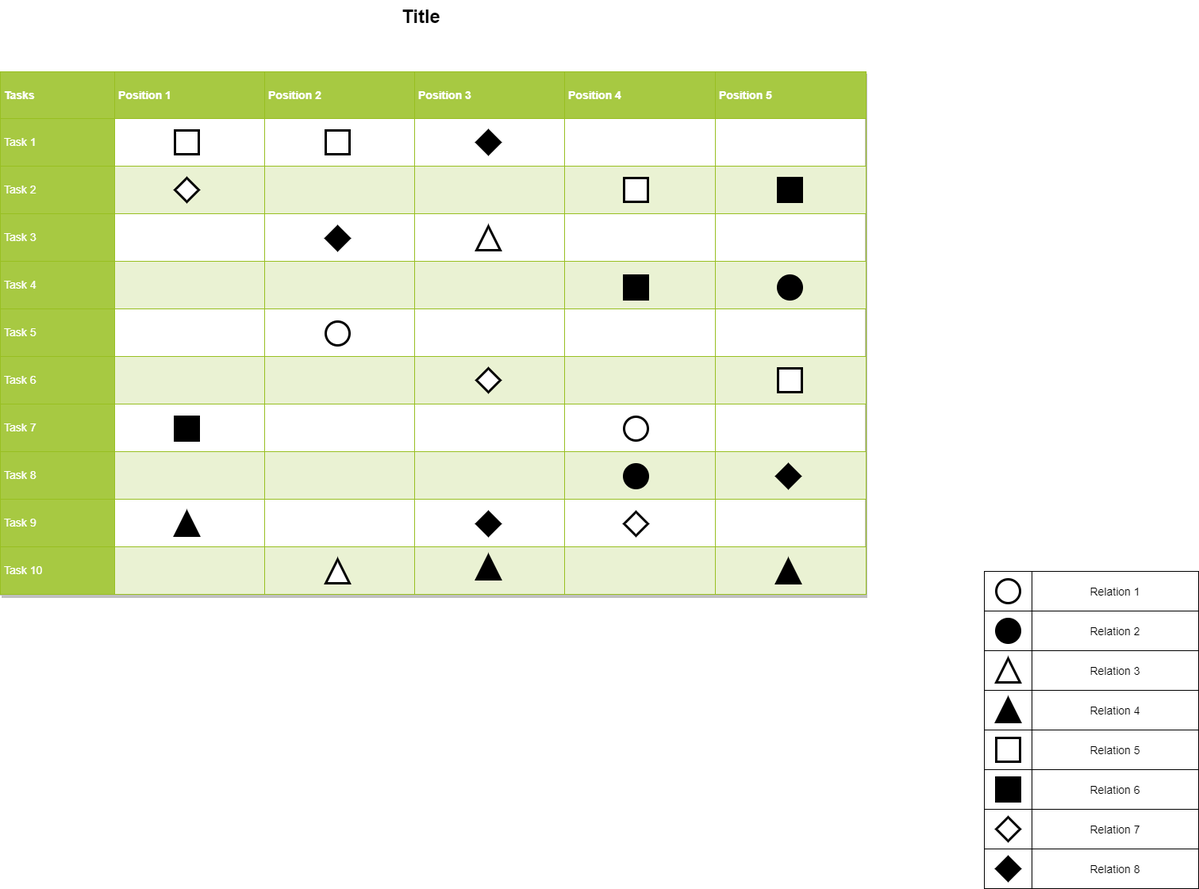
Above: test.png in Bernadette321/Hello-world (draw.io), before the change. Source tidied: cells renumbered, new cells last; positions are measured from the earlier drawing's top-left corner, leaving out a move shared by most shapes. Source of this version:
```xml
<mxGraphModel background="#ffffff">
  <root>
    <mxCell id="0" style="html=1;" />
    <mxCell id="1" style="html=1;" parent="0" />
    <mxCell id="2" style="whiteSpace=wrap;html=1;rounded=0;shadow=0;strokeWidth=1;fontSize=14;" parent="1" vertex="1">
      <mxGeometry x="1240" y="1070" width="60" height="50" as="geometry" />
    </mxCell>
    <mxCell id="3" value="Relation 8" style="whiteSpace=wrap;html=1;rounded=0;shadow=0;strokeWidth=1;fontSize=14;" parent="1" vertex="1">
      <mxGeometry x="1300" y="1070" width="210" height="50" as="geometry" />
    </mxCell>
    <mxCell id="4" style="rhombus;whiteSpace=wrap;html=1;rounded=0;shadow=0;strokeWidth=3;fillColor=#000000;fontSize=14;" parent="1" vertex="1">
      <mxGeometry x="1255" y="1080" width="30" height="30" as="geometry" />
    </mxCell>
    <mxCell id="5" style="whiteSpace=wrap;html=1;rounded=0;shadow=0;strokeWidth=1;fontSize=14;" parent="1" vertex="1">
      <mxGeometry x="1240" y="1020" width="60" height="50" as="geometry" />
    </mxCell>
    <mxCell id="6" value="Relation 7" style="whiteSpace=wrap;html=1;rounded=0;shadow=0;strokeWidth=1;fontSize=14;" parent="1" vertex="1">
      <mxGeometry x="1300" y="1020" width="210" height="50" as="geometry" />
    </mxCell>
    <mxCell id="7" style="whiteSpace=wrap;html=1;rounded=0;shadow=0;strokeWidth=1;fontSize=14;" parent="1" vertex="1">
      <mxGeometry x="1240" y="970" width="60" height="50" as="geometry" />
    </mxCell>
    <mxCell id="8" value="Relation 6" style="whiteSpace=wrap;html=1;rounded=0;shadow=0;strokeWidth=1;fontSize=14;" parent="1" vertex="1">
      <mxGeometry x="1300" y="970" width="210" height="50" as="geometry" />
    </mxCell>
    <mxCell id="9" style="whiteSpace=wrap;html=1;rounded=0;shadow=0;strokeWidth=1;fontSize=14;" parent="1" vertex="1">
      <mxGeometry x="1240" y="920" width="60" height="50" as="geometry" />
    </mxCell>
    <mxCell id="10" value="Relation 5" style="whiteSpace=wrap;html=1;rounded=0;shadow=0;strokeWidth=1;fontSize=14;" parent="1" vertex="1">
      <mxGeometry x="1300" y="920" width="210" height="50" as="geometry" />
    </mxCell>
    <mxCell id="11" style="whiteSpace=wrap;html=1;rounded=0;shadow=0;strokeWidth=1;fontSize=14;" parent="1" vertex="1">
      <mxGeometry x="1240" y="870" width="60" height="50" as="geometry" />
    </mxCell>
    <mxCell id="12" value="Relation 4" style="whiteSpace=wrap;html=1;rounded=0;shadow=0;strokeWidth=1;fontSize=14;" parent="1" vertex="1">
      <mxGeometry x="1300" y="870" width="210" height="50" as="geometry" />
    </mxCell>
    <mxCell id="13" style="whiteSpace=wrap;html=1;rounded=0;shadow=0;strokeWidth=1;fontSize=14;" parent="1" vertex="1">
      <mxGeometry x="1240" y="820" width="60" height="50" as="geometry" />
    </mxCell>
    <mxCell id="14" value="Relation 3" style="whiteSpace=wrap;html=1;rounded=0;shadow=0;strokeWidth=1;fontSize=14;" parent="1" vertex="1">
      <mxGeometry x="1300" y="820" width="210" height="50" as="geometry" />
    </mxCell>
    <mxCell id="15" style="whiteSpace=wrap;html=1;rounded=0;shadow=0;strokeWidth=1;fontSize=14;" parent="1" vertex="1">
      <mxGeometry x="1240" y="770" width="60" height="50" as="geometry" />
    </mxCell>
    <mxCell id="16" value="Relation 2" style="whiteSpace=wrap;html=1;rounded=0;shadow=0;strokeWidth=1;fontSize=14;" parent="1" vertex="1">
      <mxGeometry x="1300" y="770" width="210" height="50" as="geometry" />
    </mxCell>
    <mxCell id="17" style="whiteSpace=wrap;html=1;rounded=0;shadow=0;strokeWidth=1;fontSize=14;" parent="1" vertex="1">
      <mxGeometry x="1240" y="720" width="60" height="50" as="geometry" />
    </mxCell>
    <mxCell id="18" value="Relation 1" style="whiteSpace=wrap;html=1;rounded=0;shadow=0;strokeWidth=1;fontSize=14;" parent="1" vertex="1">
      <mxGeometry x="1300" y="720" width="210" height="50" as="geometry" />
    </mxCell>
    <mxCell id="19" value="&lt;table border=&quot;1&quot; width=&quot;100%&quot; cellpadding=&quot;4&quot; style=&quot;width: 100% ; height: 100% ; border-collapse: collapse&quot;&gt;&lt;tbody&gt;&lt;tr style=&quot;background-color: #a7c942 ; color: #ffffff ; border: 1px solid #98bf21&quot;&gt;&lt;th&gt;Tasks&lt;/th&gt;&lt;th&gt;Position 1&lt;/th&gt;&lt;th&gt;Position 2&lt;/th&gt;&lt;th&gt;Position 3&lt;/th&gt;&lt;th&gt;Position 4&lt;/th&gt;&lt;th&gt;Position 5&lt;/th&gt;&lt;/tr&gt;&lt;tr style=&quot;border: 1px solid #98bf21&quot;&gt;&lt;td style=&quot;background-color: #a7c942 ; color: #ffffff ; border: 1px solid #98bf21&quot;&gt;Task 1&lt;/td&gt;&lt;td&gt;&lt;/td&gt;&lt;td&gt;&lt;/td&gt;&lt;td&gt;&lt;br&gt;&lt;/td&gt;&lt;td&gt;&lt;br&gt;&lt;/td&gt;&lt;td&gt;&lt;br&gt;&lt;/td&gt;&lt;/tr&gt;&lt;tr style=&quot;background-color: #eaf2d3 ; border: 1px solid #98bf21&quot;&gt;&lt;td style=&quot;background-color: #a7c942 ; color: #ffffff ; border: 1px solid #98bf21&quot;&gt;Task 2&lt;/td&gt;&lt;td&gt;&lt;/td&gt;&lt;td&gt;&lt;/td&gt;&lt;td&gt;&lt;br&gt;&lt;/td&gt;&lt;td&gt;&lt;br&gt;&lt;/td&gt;&lt;td&gt;&lt;br&gt;&lt;/td&gt;&lt;/tr&gt;&lt;tr style=&quot;border: 1px solid #98bf21&quot;&gt;&lt;td style=&quot;background-color: #a7c942 ; color: #ffffff ; border: 1px solid #98bf21&quot;&gt;Task 3&lt;/td&gt;&lt;td&gt;&lt;/td&gt;&lt;td&gt;&lt;/td&gt;&lt;td&gt;&lt;br&gt;&lt;/td&gt;&lt;td&gt;&lt;br&gt;&lt;/td&gt;&lt;td&gt;&lt;br&gt;&lt;/td&gt;&lt;/tr&gt;&lt;tr style=&quot;background-color: #eaf2d3 ; border: 1px solid #98bf21&quot;&gt;&lt;td style=&quot;background-color: #a7c942 ; color: #ffffff ; border: 1px solid #98bf21&quot;&gt;Task 4&lt;/td&gt;&lt;td&gt;&lt;/td&gt;&lt;td&gt;&lt;/td&gt;&lt;td&gt;&lt;br&gt;&lt;/td&gt;&lt;td&gt;&lt;br&gt;&lt;/td&gt;&lt;td&gt;&lt;br&gt;&lt;/td&gt;&lt;/tr&gt;&lt;tr style=&quot;border: 1px solid #98bf21&quot;&gt;&lt;td style=&quot;background-color: #a7c942 ; color: #ffffff ; border: 1px solid #98bf21&quot;&gt;Task 5&lt;br&gt;&lt;/td&gt;&lt;td&gt;&lt;br&gt;&lt;/td&gt;&lt;td&gt;&lt;br&gt;&lt;/td&gt;&lt;td&gt;&lt;br&gt;&lt;/td&gt;&lt;td&gt;&lt;br&gt;&lt;/td&gt;&lt;td&gt;&lt;br&gt;&lt;/td&gt;&lt;/tr&gt;&lt;tr style=&quot;background-color: #eaf2d3 ; border: 1px solid #98bf21&quot;&gt;&lt;td style=&quot;background-color: #a7c942 ; color: #ffffff ; border: 1px solid #98bf21&quot;&gt;Task 6&lt;br&gt;&lt;/td&gt;&lt;td&gt;&lt;br&gt;&lt;/td&gt;&lt;td&gt;&lt;br&gt;&lt;/td&gt;&lt;td&gt;&lt;br&gt;&lt;/td&gt;&lt;td&gt;&lt;br&gt;&lt;/td&gt;&lt;td&gt;&lt;br&gt;&lt;/td&gt;&lt;/tr&gt;&lt;tr style=&quot;border: 1px solid #98bf21&quot;&gt;&lt;td style=&quot;background-color: #a7c942 ; color: #ffffff ; border: 1px solid #98bf21&quot;&gt;Task 7&lt;br&gt;&lt;/td&gt;&lt;td&gt;&lt;br&gt;&lt;/td&gt;&lt;td&gt;&lt;br&gt;&lt;/td&gt;&lt;td&gt;&lt;br&gt;&lt;/td&gt;&lt;td&gt;&lt;br&gt;&lt;/td&gt;&lt;td&gt;&lt;br&gt;&lt;/td&gt;&lt;/tr&gt;&lt;tr style=&quot;background-color: #eaf2d3 ; border: 1px solid #98bf21&quot;&gt;&lt;td style=&quot;background-color: #a7c942 ; color: #ffffff ; border: 1px solid #98bf21&quot;&gt;Task 8&lt;br&gt;&lt;/td&gt;&lt;td&gt;&lt;br&gt;&lt;/td&gt;&lt;td&gt;&lt;br&gt;&lt;/td&gt;&lt;td&gt;&lt;br&gt;&lt;/td&gt;&lt;td&gt;&lt;br&gt;&lt;/td&gt;&lt;td&gt;&lt;br&gt;&lt;/td&gt;&lt;/tr&gt;&lt;tr style=&quot;border: 1px solid #98bf21&quot;&gt;&lt;td style=&quot;background-color: #a7c942 ; color: #ffffff ; border: 1px solid #98bf21&quot;&gt;Task 9&lt;br&gt;&lt;/td&gt;&lt;td&gt;&lt;br&gt;&lt;/td&gt;&lt;td&gt;&lt;br&gt;&lt;/td&gt;&lt;td&gt;&lt;br&gt;&lt;/td&gt;&lt;td&gt;&lt;br&gt;&lt;/td&gt;&lt;td&gt;&lt;br&gt;&lt;/td&gt;&lt;/tr&gt;&lt;tr style=&quot;background-color: #eaf2d3 ; border: 1px solid #98bf21&quot;&gt;&lt;td style=&quot;background-color: #a7c942 ; color: #ffffff ; border: 1px solid #98bf21&quot;&gt;Task 10&lt;br&gt;&lt;/td&gt;&lt;td&gt;&lt;br&gt;&lt;/td&gt;&lt;td&gt;&lt;br&gt;&lt;/td&gt;&lt;td&gt;&lt;br&gt;&lt;/td&gt;&lt;td&gt;&lt;br&gt;&lt;/td&gt;&lt;td&gt;&lt;br&gt;&lt;/td&gt;&lt;/tr&gt;&lt;/tbody&gt;&lt;/table&gt;" style="text;html=1;strokeColor=#c0c0c0;fillColor=#ffffff;overflow=fill;rounded=0;shadow=1;fontSize=14;fontColor=#000000;" parent="1" vertex="1">
      <mxGeometry y="90" width="1090" height="660" as="geometry" />
    </mxCell>
    <mxCell id="20" value="Title" style="text;strokeColor=none;fillColor=none;html=1;fontSize=24;fontStyle=1;verticalAlign=middle;align=center;rounded=0;shadow=1;" parent="1" vertex="1">
      <mxGeometry x="140" width="780" height="40" as="geometry" />
    </mxCell>
    <mxCell id="21" style="ellipse;whiteSpace=wrap;html=1;rounded=0;shadow=0;strokeWidth=3;fontSize=14;" parent="1" vertex="1">
      <mxGeometry x="1255" y="730" width="30" height="30" as="geometry" />
    </mxCell>
    <mxCell id="22" style="ellipse;whiteSpace=wrap;html=1;rounded=0;shadow=0;strokeWidth=3;fontSize=14;fillColor=#000000;" parent="1" vertex="1">
      <mxGeometry x="1255" y="780" width="30" height="30" as="geometry" />
    </mxCell>
    <mxCell id="23" style="triangle;whiteSpace=wrap;html=1;rounded=0;shadow=0;strokeWidth=3;fillColor=#000000;fontSize=14;direction=north;" parent="1" vertex="1">
      <mxGeometry x="1255" y="880" width="30" height="30" as="geometry" />
    </mxCell>
    <mxCell id="24" style="triangle;whiteSpace=wrap;html=1;rounded=0;shadow=0;strokeWidth=3;fontSize=14;direction=north;" parent="1" vertex="1">
      <mxGeometry x="1255" y="830" width="30" height="30" as="geometry" />
    </mxCell>
    <mxCell id="25" style="whiteSpace=wrap;html=1;rounded=0;shadow=0;strokeWidth=3;fontSize=14;" parent="1" vertex="1">
      <mxGeometry x="1255" y="930" width="30" height="30" as="geometry" />
    </mxCell>
    <mxCell id="26" style="whiteSpace=wrap;html=1;rounded=0;shadow=0;strokeWidth=3;fillColor=#000000;fontSize=14;" parent="1" vertex="1">
      <mxGeometry x="1255" y="980" width="30" height="30" as="geometry" />
    </mxCell>
    <mxCell id="27" style="rhombus;whiteSpace=wrap;html=1;rounded=0;shadow=0;strokeWidth=3;fontSize=14;" parent="1" vertex="1">
      <mxGeometry x="1255" y="1030" width="30" height="30" as="geometry" />
    </mxCell>
    <mxCell id="28" style="ellipse;whiteSpace=wrap;html=1;rounded=0;shadow=0;strokeWidth=3;fontSize=14;" parent="1" vertex="1">
      <mxGeometry x="786" y="525" width="30" height="30" as="geometry" />
    </mxCell>
    <mxCell id="29" style="ellipse;whiteSpace=wrap;html=1;rounded=0;shadow=0;strokeWidth=3;fontSize=14;" parent="1" vertex="1">
      <mxGeometry x="410" y="405" width="30" height="30" as="geometry" />
    </mxCell>
    <mxCell id="30" style="ellipse;whiteSpace=wrap;html=1;rounded=0;shadow=0;strokeWidth=3;fontSize=14;fillColor=#000000;" parent="1" vertex="1">
      <mxGeometry x="980" y="347" width="30" height="30" as="geometry" />
    </mxCell>
    <mxCell id="31" style="ellipse;whiteSpace=wrap;html=1;rounded=0;shadow=0;strokeWidth=3;fontSize=14;fillColor=#000000;" parent="1" vertex="1">
      <mxGeometry x="786" y="585" width="30" height="30" as="geometry" />
    </mxCell>
    <mxCell id="32" style="triangle;whiteSpace=wrap;html=1;rounded=0;shadow=0;strokeWidth=3;fontSize=14;direction=north;" parent="1" vertex="1">
      <mxGeometry x="410" y="705" width="30" height="30" as="geometry" />
    </mxCell>
    <mxCell id="33" style="triangle;whiteSpace=wrap;html=1;rounded=0;shadow=0;strokeWidth=3;fontSize=14;direction=north;" parent="1" vertex="1">
      <mxGeometry x="600" y="285" width="30" height="30" as="geometry" />
    </mxCell>
    <mxCell id="34" style="triangle;whiteSpace=wrap;html=1;rounded=0;shadow=0;strokeWidth=3;fillColor=#000000;fontSize=14;direction=north;" parent="1" vertex="1">
      <mxGeometry x="978" y="705" width="30" height="30" as="geometry" />
    </mxCell>
    <mxCell id="35" style="triangle;whiteSpace=wrap;html=1;rounded=0;shadow=0;strokeWidth=3;fillColor=#000000;fontSize=14;direction=north;" parent="1" vertex="1">
      <mxGeometry x="600" y="700" width="30" height="30" as="geometry" />
    </mxCell>
    <mxCell id="36" style="triangle;whiteSpace=wrap;html=1;rounded=0;shadow=0;strokeWidth=3;fillColor=#000000;fontSize=14;direction=north;" parent="1" vertex="1">
      <mxGeometry x="220" y="645" width="30" height="30" as="geometry" />
    </mxCell>
    <mxCell id="37" style="whiteSpace=wrap;html=1;rounded=0;shadow=0;strokeWidth=3;fontSize=14;" parent="1" vertex="1">
      <mxGeometry x="220" y="164" width="30" height="30" as="geometry" />
    </mxCell>
    <mxCell id="38" style="whiteSpace=wrap;html=1;rounded=0;shadow=0;strokeWidth=3;fontSize=14;" parent="1" vertex="1">
      <mxGeometry x="410" y="164" width="30" height="30" as="geometry" />
    </mxCell>
    <mxCell id="39" style="whiteSpace=wrap;html=1;rounded=0;shadow=0;strokeWidth=3;fontSize=14;" parent="1" vertex="1">
      <mxGeometry x="786" y="224" width="30" height="30" as="geometry" />
    </mxCell>
    <mxCell id="40" style="whiteSpace=wrap;html=1;rounded=0;shadow=0;strokeWidth=3;fillColor=#ffffff;fontSize=14;" parent="1" vertex="1">
      <mxGeometry x="980" y="464" width="30" height="30" as="geometry" />
    </mxCell>
    <mxCell id="41" style="whiteSpace=wrap;html=1;rounded=0;shadow=0;strokeWidth=3;fillColor=#000000;fontSize=14;" parent="1" vertex="1">
      <mxGeometry x="220" y="525" width="30" height="30" as="geometry" />
    </mxCell>
    <mxCell id="42" style="whiteSpace=wrap;html=1;rounded=0;shadow=0;strokeWidth=3;fillColor=#000000;fontSize=14;" parent="1" vertex="1">
      <mxGeometry x="786" y="347" width="30" height="30" as="geometry" />
    </mxCell>
    <mxCell id="43" style="whiteSpace=wrap;html=1;rounded=0;shadow=0;strokeWidth=3;fillColor=#000000;fontSize=14;" parent="1" vertex="1">
      <mxGeometry x="980" y="224" width="30" height="30" as="geometry" />
    </mxCell>
    <mxCell id="44" style="rhombus;whiteSpace=wrap;html=1;rounded=0;shadow=0;strokeWidth=3;fontSize=14;" parent="1" vertex="1">
      <mxGeometry x="600" y="464" width="30" height="30" as="geometry" />
    </mxCell>
    <mxCell id="45" style="rhombus;whiteSpace=wrap;html=1;rounded=0;shadow=0;strokeWidth=3;fontSize=14;" parent="1" vertex="1">
      <mxGeometry x="220" y="224" width="30" height="30" as="geometry" />
    </mxCell>
    <mxCell id="46" style="rhombus;whiteSpace=wrap;html=1;rounded=0;shadow=0;strokeWidth=3;fontSize=14;" parent="1" vertex="1">
      <mxGeometry x="786" y="645" width="30" height="30" as="geometry" />
    </mxCell>
    <mxCell id="47" style="rhombus;whiteSpace=wrap;html=1;rounded=0;shadow=0;strokeWidth=3;fillColor=#000000;fontSize=14;" parent="1" vertex="1">
      <mxGeometry x="978" y="585" width="30" height="30" as="geometry" />
    </mxCell>
    <mxCell id="48" style="rhombus;whiteSpace=wrap;html=1;rounded=0;shadow=0;strokeWidth=3;fillColor=#000000;fontSize=14;" parent="1" vertex="1">
      <mxGeometry x="410" y="285" width="30" height="30" as="geometry" />
    </mxCell>
    <mxCell id="49" style="rhombus;whiteSpace=wrap;html=1;rounded=0;shadow=0;strokeWidth=3;fillColor=#000000;fontSize=14;" parent="1" vertex="1">
      <mxGeometry x="600" y="164" width="30" height="30" as="geometry" />
    </mxCell>
    <mxCell id="50" style="rhombus;whiteSpace=wrap;html=1;rounded=0;shadow=0;strokeWidth=3;fillColor=#000000;fontSize=14;" parent="1" vertex="1">
      <mxGeometry x="600" y="645" width="30" height="30" as="geometry" />
    </mxCell>
  </root>
</mxGraphModel>
```
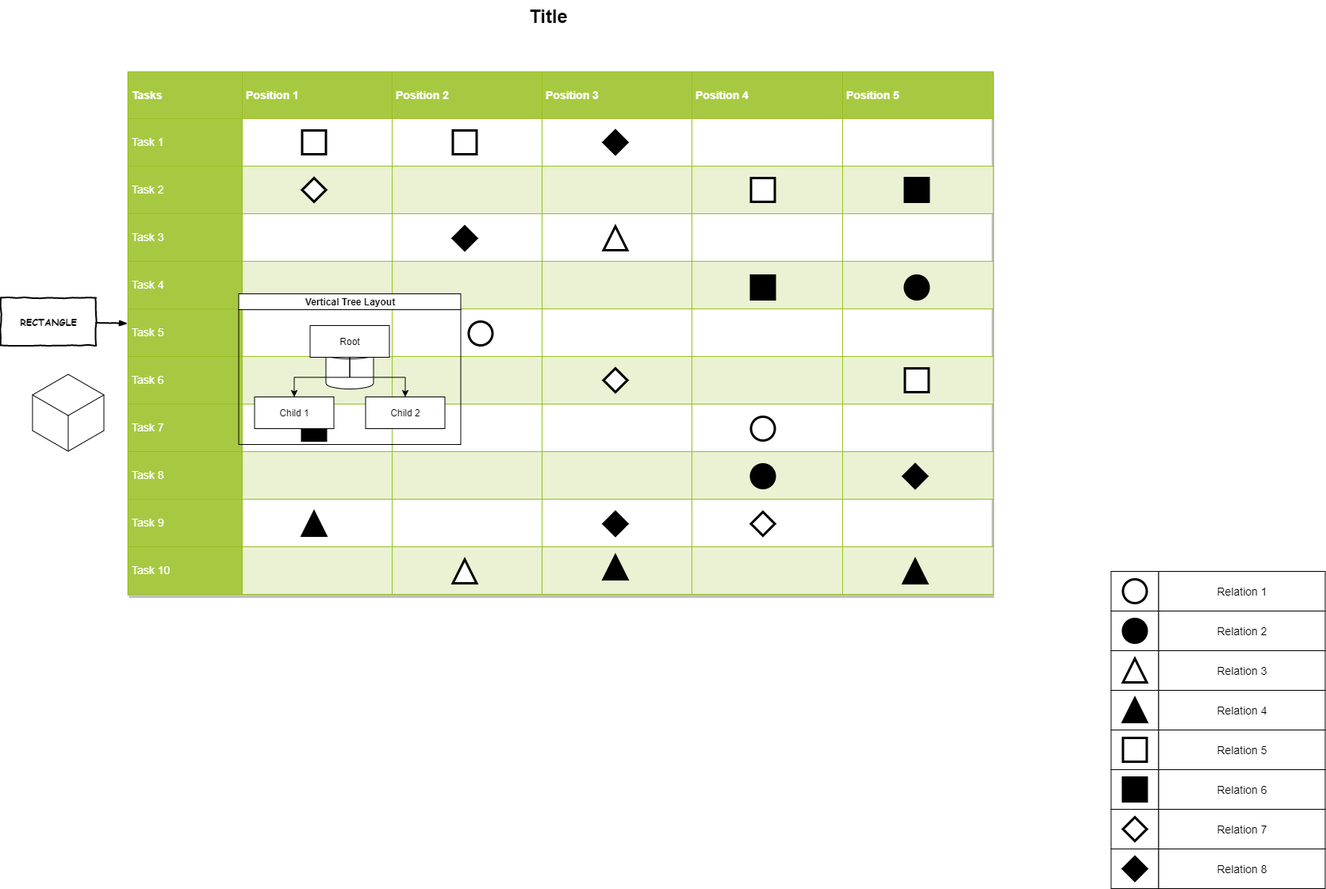
Later version of the same file.

What changed in the source:
```diff
@@ -84,7 +84,7 @@
       <mxGeometry x="786" y="525" width="30" height="30" as="geometry" />
     </mxCell>
     <mxCell id="29" style="ellipse;whiteSpace=wrap;html=1;rounded=0;shadow=0;strokeWidth=3;fontSize=14;" parent="1" vertex="1">
-      <mxGeometry x="410" y="405" width="30" height="30" as="geometry" />
+      <mxGeometry x="430" y="405" width="30" height="30" as="geometry" />
     </mxCell>
     <mxCell id="30" style="ellipse;whiteSpace=wrap;html=1;rounded=0;shadow=0;strokeWidth=3;fontSize=14;fillColor=#000000;" parent="1" vertex="1">
       <mxGeometry x="980" y="347" width="30" height="30" as="geometry" />
@@ -149,5 +149,35 @@
     <mxCell id="50" style="rhombus;whiteSpace=wrap;html=1;rounded=0;shadow=0;strokeWidth=3;fillColor=#000000;fontSize=14;" parent="1" vertex="1">
       <mxGeometry x="600" y="645" width="30" height="30" as="geometry" />
     </mxCell>
+    <mxCell id="51" value="RECTANGLE" style="html=1;whiteSpace=wrap;comic=1;strokeWidth=2;fontFamily=Comic Sans MS;fontStyle=1;" parent="1" vertex="1">
+      <mxGeometry x="-160" y="375" width="120" height="60" as="geometry" />
+    </mxCell>
+    <mxCell id="52" style="rounded=0;comic=1;strokeWidth=2;endArrow=blockThin;html=1;fontFamily=Comic Sans MS;fontStyle=1;" parent="1" edge="1" source="51" target="19">
+      <mxGeometry relative="1" as="geometry" />
+    </mxCell>
+    <mxCell id="53" style="html=1;whiteSpace=wrap;shape=isoCube;backgroundOutline=1;" parent="1" vertex="1">
+      <mxGeometry x="-120" y="470" width="90" height="100" as="geometry" />
+    </mxCell>
+    <mxCell id="54" style="shape=datastore;whiteSpace=wrap;html=1;" parent="1" vertex="1">
+      <mxGeometry x="250" y="430" width="60" height="60" as="geometry" />
+    </mxCell>
+    <mxCell id="55" value="Vertical Tree Layout" style="swimlane;html=1;startSize=20;horizontal=1;horizontalTree=0;containerType=tree;" parent="1" vertex="1">
+      <mxGeometry x="140" y="370" width="280" height="190" as="geometry" />
+    </mxCell>
+    <mxCell id="56" value="Root" style="whiteSpace=wrap;html=1;" parent="55" vertex="1">
+      <mxGeometry x="90" y="40" width="100" height="40" as="geometry" />
+    </mxCell>
+    <mxCell id="57" value="Child 1" style="whiteSpace=wrap;html=1;" parent="55" vertex="1">
+      <mxGeometry x="20" y="130" width="100" height="40" as="geometry" />
+    </mxCell>
+    <mxCell id="58" style="edgeStyle=elbowEdgeStyle;elbow=vertical;html=1;rounded=0;" parent="55" edge="1" source="56" target="57">
+      <mxGeometry relative="1" as="geometry" />
+    </mxCell>
+    <mxCell id="59" value="Child 2" style="whiteSpace=wrap;html=1;" parent="55" vertex="1">
+      <mxGeometry x="160" y="130" width="100" height="40" as="geometry" />
+    </mxCell>
+    <mxCell id="60" style="edgeStyle=elbowEdgeStyle;elbow=vertical;html=1;rounded=0;" parent="55" edge="1" source="56" target="59">
+      <mxGeometry relative="1" as="geometry" />
+    </mxCell>
   </root>
 </mxGraphModel>
```
